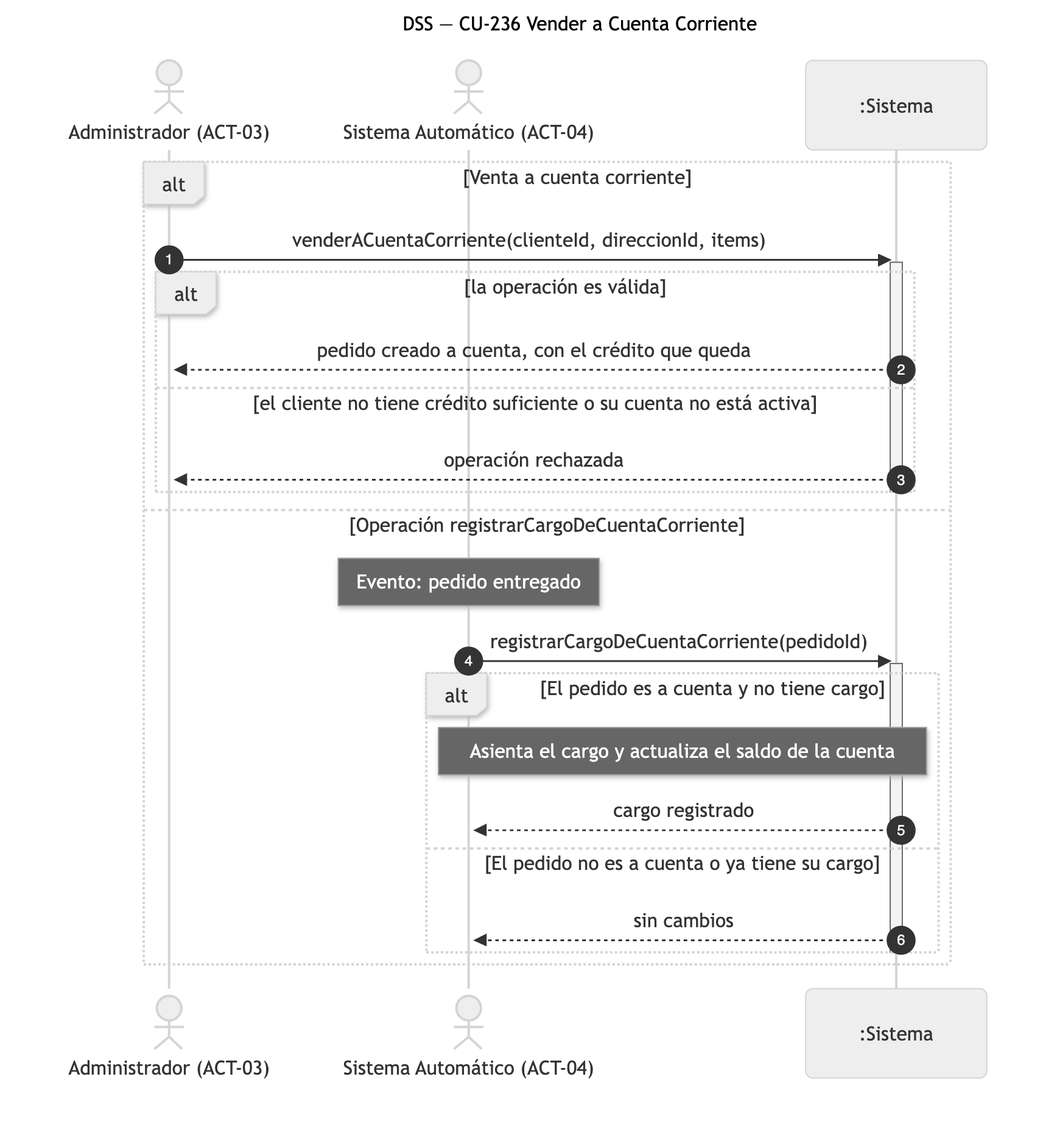
Before: diagramas/png/DSS_CU-236_Vender-a-Cuenta-Corriente.png, a diagram exported from Mermaid (Nahuelito-Dev/splg-docs). Its source is kept beside it as diagramas/DSS_CU-236_Vender-a-Cuenta-Corriente.mmd.
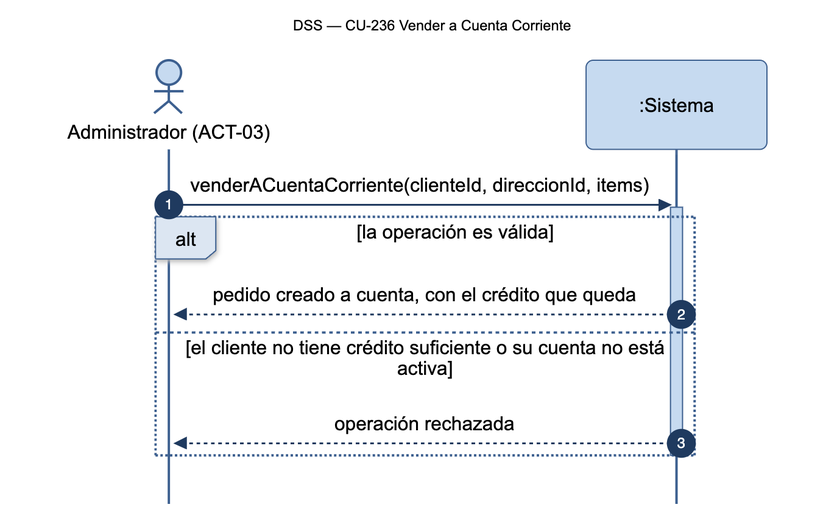
The same diagram one commit later.

What changed in the source:
```diff
@@ -2,27 +2,13 @@
     title DSS — CU-236 Vender a Cuenta Corriente
     autonumber
     actor ADM as Administrador (ACT-03)
-    actor SAU as Sistema Automático (ACT-04)
     participant SIS as :Sistema
 
-    alt Venta a cuenta corriente
-        ADM->>SIS: venderACuentaCorriente(clienteId, direccionId, items)
-        activate SIS
-        alt la operación es válida
-            SIS-->>ADM: pedido creado a cuenta, con el crédito que queda
-        else el cliente no tiene crédito suficiente o su cuenta no está activa
-            SIS-->>ADM: operación rechazada
-        end
-        deactivate SIS
-    else Operación registrarCargoDeCuentaCorriente
-        Note over SAU: Evento: pedido entregado
-        SAU->>SIS: registrarCargoDeCuentaCorriente(pedidoId)
-        activate SIS
-        alt El pedido es a cuenta y no tiene cargo
-            Note over SAU,SIS: Asienta el cargo y actualiza el saldo de la cuenta
-            SIS-->>SAU: cargo registrado
-        else El pedido no es a cuenta o ya tiene su cargo
-            SIS-->>SAU: sin cambios
-        end
-        deactivate SIS
+    ADM->>SIS: venderACuentaCorriente(clienteId, direccionId, items)
+    activate SIS
+    alt la operación es válida
+        SIS-->>ADM: pedido creado a cuenta, con el crédito que queda
+    else el cliente no tiene crédito suficiente o su cuenta no está activa
+        SIS-->>ADM: operación rechazada
     end
+    deactivate SIS
```
